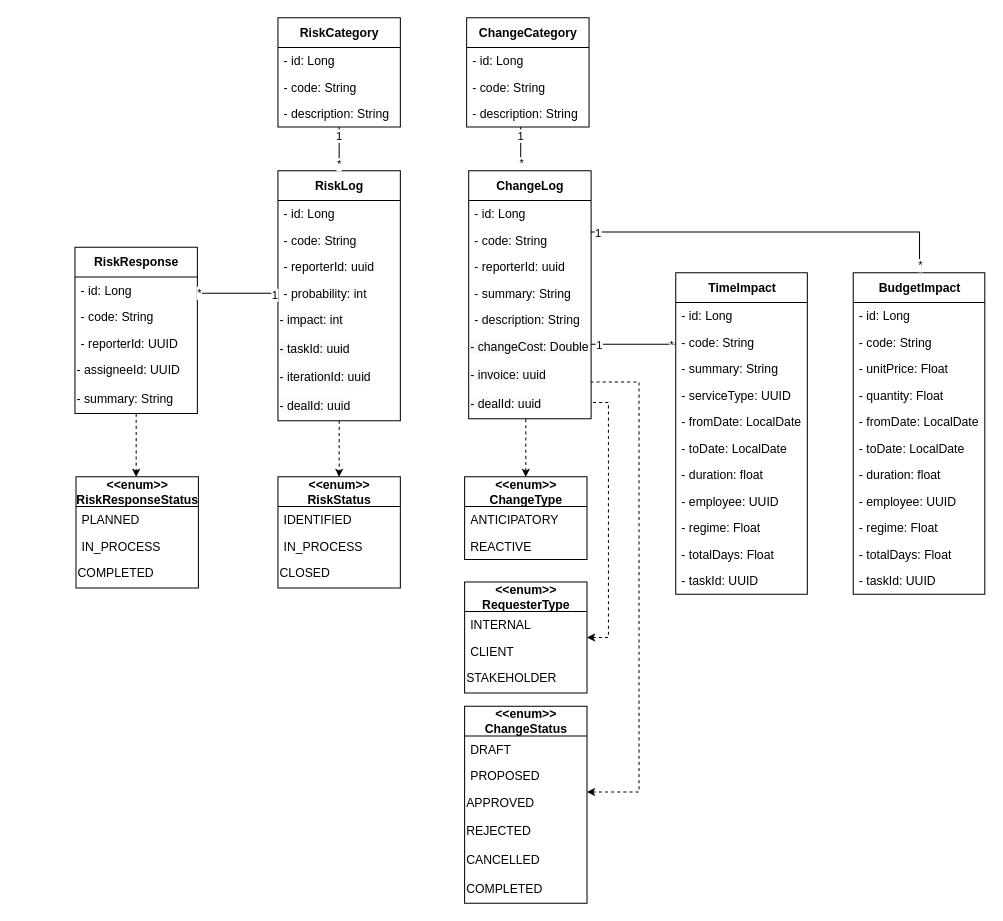
The draw.io diagram Change_Risk/_DiagrammeClasseChange_Risk.drawio in ZidiMedAmine/UML, before the edit. Source tidied: cells renumbered, new cells numbered last; positions are measured from the earlier drawing's top-left corner, leaving out a move shared by most shapes. Both pictures are drawn from the tidied source at 102%, with x=0, y=0 at pixel (74, 17).
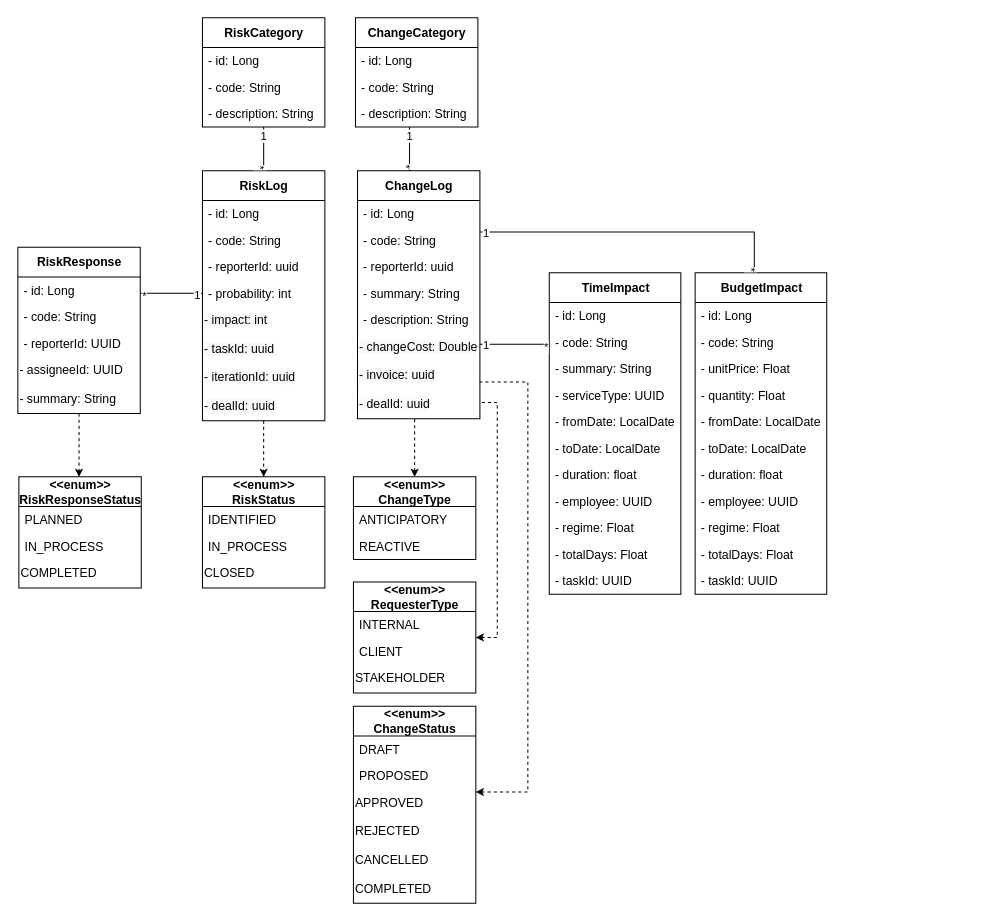
After the change.

Commit message:
Mettre à jour _DiagrammeClasseChange_Risk.drawio

The change refers to these unchanged cells:
```xml
<mxCell id="6" value="- probability: int" style="text;strokeColor=none;fillColor=none;align=left;verticalAlign=top;spacingLeft=4;spacingRight=4;overflow=hidden;points=[[0,0.5],[1,0.5]];portConstraint=eastwest;fontStyle=0;" parent="2" vertex="1">
  <mxGeometry y="107" width="120" height="26" as="geometry" />
</mxCell>
```

Diff of the diagram source:
```diff
@@
     <mxCell id="2" value="&lt;b&gt;RiskLog&lt;/b&gt;" style="swimlane;fontStyle=0;align=center;verticalAlign=middle;horizontal=1;startSize=29;html=1;fontSize=12;labelPosition=center;verticalLabelPosition=middle;strokeColor=default;swimlaneLine=1;rounded=0;shadow=0;glass=0;sketch=0;perimeterSpacing=0;" parent="1" vertex="1">
-      <mxGeometry x="199" y="150" width="120" height="245" as="geometry" />
+      <mxGeometry x="125" y="150" width="120" height="245" as="geometry" />
     </mxCell>
@@
     <mxCell id="11" value="&lt;b&gt;&amp;lt;&amp;lt;enum&amp;gt;&amp;gt;&lt;br&gt;RiskStatus&lt;/b&gt;" style="swimlane;fontStyle=0;align=center;verticalAlign=middle;horizontal=1;startSize=29;html=1;fontSize=12;labelPosition=center;verticalLabelPosition=middle;swimlaneLine=1;rounded=0;sketch=0;glass=0;" parent="1" vertex="1">
-      <mxGeometry x="199" y="450" width="120" height="109" as="geometry" />
+      <mxGeometry x="125" y="450" width="120" height="109" as="geometry" />
     </mxCell>
@@
     <mxCell id="16" value="&lt;b&gt;RiskCategory&lt;/b&gt;" style="swimlane;fontStyle=0;align=center;verticalAlign=middle;horizontal=1;startSize=29;html=1;fontSize=12;labelPosition=center;verticalLabelPosition=middle;strokeColor=default;swimlaneLine=1;rounded=0;shadow=0;glass=0;sketch=0;perimeterSpacing=0;" parent="1" vertex="1">
-      <mxGeometry x="199" width="120" height="107" as="geometry" />
+      <mxGeometry x="125" width="120" height="107" as="geometry" />
     </mxCell>
@@
     <mxCell id="20" style="edgeStyle=orthogonalEdgeStyle;rounded=0;jettySize=auto;html=1;startSize=5;endSize=5;endArrow=none;endFill=0;" parent="1" edge="1" source="2" target="16">
       <mxGeometry relative="1" as="geometry">
         <Array as="points">
-          <mxPoint x="259" y="126" />
-          <mxPoint x="259" y="126" />
+          <mxPoint x="185" y="126" />
+          <mxPoint x="185" y="126" />
         </Array>
       </mxGeometry>
     </mxCell>
-    <mxCell id="21" value="*" style="edgeLabel;html=1;align=center;verticalAlign=middle;" parent="20" vertex="1">
+    <mxCell id="21" value="*" style="edgeLabel;html=1;align=center;verticalAlign=middle;rotation=90;" parent="20" vertex="1">
       <mxGeometry x="-0.85" relative="1" as="geometry">
-        <mxPoint x="-1" y="-4" as="offset" />
+        <mxPoint x="-2" y="-1" as="offset" />
       </mxGeometry>
     </mxCell>
@@
     <mxCell id="23" value="&lt;b&gt;&amp;lt;&amp;lt;enum&amp;gt;&amp;gt;&lt;/b&gt;&lt;br&gt;&lt;b&gt;RiskResponseStatus&lt;/b&gt;" style="swimlane;fontStyle=0;align=center;verticalAlign=middle;horizontal=1;startSize=29;html=1;fontSize=12;labelPosition=center;verticalLabelPosition=middle;swimlaneLine=1;rounded=0;sketch=0;glass=0;" parent="1" vertex="1">
-      <mxGeometry x="1" y="450" width="120" height="109" as="geometry" />
+      <mxGeometry x="-55" y="450" width="120" height="109" as="geometry" />
     </mxCell>
@@
     <mxCell id="27" value="&lt;b&gt;RiskResponse&lt;/b&gt;" style="swimlane;fontStyle=0;align=center;verticalAlign=middle;horizontal=1;startSize=29;html=1;fontSize=12;labelPosition=center;verticalLabelPosition=middle;strokeColor=default;swimlaneLine=1;rounded=0;shadow=0;glass=0;sketch=0;perimeterSpacing=0;" parent="1" vertex="1">
-      <mxGeometry y="225" width="120" height="163" as="geometry" />
+      <mxGeometry x="-56" y="225" width="120" height="163" as="geometry" />
     </mxCell>
@@
     <mxCell id="33" style="edgeStyle=orthogonalEdgeStyle;rounded=0;jettySize=auto;html=1;endArrow=none;endFill=0;startSize=5;endSize=5;" parent="1" edge="1" source="6" target="27">
       <mxGeometry relative="1" as="geometry">
         <Array as="points">
-          <mxPoint x="32" y="271" />
+          <mxPoint x="-24" y="271" />
         </Array>
       </mxGeometry>
     </mxCell>
     <mxCell id="34" value="*" style="edgeLabel;html=1;align=center;verticalAlign=middle;" parent="33" vertex="1">
       <mxGeometry x="0.93" y="1" relative="1" as="geometry">
-        <mxPoint x="-2" y="-2" as="offset" />
+        <mxPoint x="1" y="1" as="offset" />
       </mxGeometry>
     </mxCell>
     <mxCell id="35" value="1" style="edgeLabel;html=1;align=center;verticalAlign=middle;" parent="33" vertex="1">
-      <mxGeometry x="-0.89" y="1" relative="1" as="geometry" />
+      <mxGeometry x="-0.89" y="1" relative="1" as="geometry">
+        <mxPoint x="-3" as="offset" />
+      </mxGeometry>
     </mxCell>
     <mxCell id="36" style="edgeStyle=orthogonalEdgeStyle;rounded=0;jettySize=auto;html=1;endArrow=classic;endFill=1;startSize=5;endSize=5;dashed=1;" parent="1" edge="1" source="27" target="23">
       <mxGeometry relative="1" as="geometry">
         <Array as="points">
-          <mxPoint x="65" y="465" />
-          <mxPoint x="65" y="465" />
+          <mxPoint x="9" y="465" />
+          <mxPoint x="9" y="465" />
         </Array>
       </mxGeometry>
     </mxCell>
     <mxCell id="37" style="edgeStyle=orthogonalEdgeStyle;rounded=0;jettySize=auto;html=1;endArrow=none;endFill=0;startSize=5;endSize=5;" parent="1" edge="1" source="40" target="49">
       <mxGeometry relative="1" as="geometry">
         <Array as="points">
-          <mxPoint x="437" y="133" />
-          <mxPoint x="437" y="133" />
+          <mxPoint x="328" y="133" />
+          <mxPoint x="328" y="133" />
         </Array>
       </mxGeometry>
     </mxCell>
-    <mxCell id="38" value="*" style="edgeLabel;html=1;align=center;verticalAlign=middle;" parent="37" vertex="1">
-      <mxGeometry x="-0.65" relative="1" as="geometry" />
+    <mxCell id="38" value="*" style="edgeLabel;html=1;align=center;verticalAlign=middle;rotation=90;" parent="37" vertex="1">
+      <mxGeometry x="-0.65" relative="1" as="geometry">
+        <mxPoint x="-2" y="3" as="offset" />
+      </mxGeometry>
     </mxCell>
@@
     <mxCell id="40" value="&lt;b&gt;ChangeLog&lt;/b&gt;" style="swimlane;fontStyle=0;align=center;verticalAlign=middle;horizontal=1;startSize=29;html=1;fontSize=12;labelPosition=center;verticalLabelPosition=middle;strokeColor=default;swimlaneLine=1;rounded=0;shadow=0;glass=0;sketch=0;perimeterSpacing=0;" parent="1" vertex="1">
-      <mxGeometry x="386" y="150" width="120" height="243" as="geometry" />
+      <mxGeometry x="277" y="150" width="120" height="243" as="geometry" />
     </mxCell>
@@
     <mxCell id="49" value="&lt;b&gt;ChangeCategory&lt;/b&gt;" style="swimlane;fontStyle=0;align=center;verticalAlign=middle;horizontal=1;startSize=29;html=1;fontSize=12;labelPosition=center;verticalLabelPosition=middle;strokeColor=default;swimlaneLine=1;rounded=0;shadow=0;glass=0;sketch=0;perimeterSpacing=0;" parent="1" vertex="1">
-      <mxGeometry x="384" width="120" height="107" as="geometry" />
+      <mxGeometry x="275" width="120" height="107" as="geometry" />
     </mxCell>
@@
     <mxCell id="53" style="edgeStyle=orthogonalEdgeStyle;rounded=0;jettySize=auto;html=1;endArrow=none;endFill=0;startSize=5;endSize=5;dashed=1;startArrow=classic;startFill=1;" parent="1" edge="1" source="54" target="40">
       <mxGeometry relative="1" as="geometry">
         <Array as="points">
-          <mxPoint x="523" y="608" />
-          <mxPoint x="523" y="377" />
+          <mxPoint x="414" y="608" />
+          <mxPoint x="414" y="377" />
         </Array>
       </mxGeometry>
     </mxCell>
     <mxCell id="54" value="&lt;b&gt;&amp;lt;&amp;lt;enum&amp;gt;&amp;gt;&lt;/b&gt;&lt;br&gt;&lt;b&gt;RequesterType&lt;/b&gt;" style="swimlane;fontStyle=0;align=center;verticalAlign=middle;horizontal=1;startSize=29;html=1;fontSize=12;labelPosition=center;verticalLabelPosition=middle;swimlaneLine=1;rounded=0;sketch=0;glass=0;" parent="1" vertex="1">
-      <mxGeometry x="382" y="553" width="120" height="109" as="geometry" />
+      <mxGeometry x="273" y="553" width="120" height="109" as="geometry" />
     </mxCell>
@@
     <mxCell id="58" style="edgeStyle=orthogonalEdgeStyle;rounded=0;jettySize=auto;html=1;dashed=1;startArrow=classic;startFill=1;endArrow=none;endFill=0;startSize=5;endSize=5;" parent="1" edge="1" source="59" target="40">
       <mxGeometry relative="1" as="geometry">
         <Array as="points">
-          <mxPoint x="553" y="759" />
-          <mxPoint x="553" y="357" />
+          <mxPoint x="444" y="759" />
+          <mxPoint x="444" y="357" />
         </Array>
       </mxGeometry>
     </mxCell>
     <mxCell id="59" value="&lt;b&gt;&amp;lt;&amp;lt;enum&amp;gt;&amp;gt;&lt;br&gt;&lt;/b&gt;&lt;b&gt;ChangeStatus&lt;/b&gt;&lt;b&gt;&lt;br&gt;&lt;/b&gt;" style="swimlane;fontStyle=0;align=center;verticalAlign=middle;horizontal=1;startSize=29;html=1;fontSize=12;labelPosition=center;verticalLabelPosition=middle;swimlaneLine=1;rounded=0;sketch=0;glass=0;" parent="1" vertex="1">
-      <mxGeometry x="382" y="675" width="120" height="193" as="geometry" />
+      <mxGeometry x="273" y="675" width="120" height="193" as="geometry" />
     </mxCell>
@@
     <mxCell id="66" style="edgeStyle=orthogonalEdgeStyle;rounded=0;jettySize=auto;html=1;dashed=1;startArrow=classic;startFill=1;endArrow=none;endFill=0;startSize=5;endSize=5;" parent="1" edge="1" source="67" target="40">
       <mxGeometry relative="1" as="geometry">
         <Array as="points">
-          <mxPoint x="435" y="386" />
+          <mxPoint x="326" y="386" />
         </Array>
       </mxGeometry>
     </mxCell>
     <mxCell id="67" value="&lt;b&gt;&amp;lt;&amp;lt;enum&amp;gt;&amp;gt;&lt;/b&gt;&lt;br&gt;&lt;b&gt;ChangeType&lt;/b&gt;" style="swimlane;fontStyle=0;align=center;verticalAlign=middle;horizontal=1;startSize=29;html=1;fontSize=12;labelPosition=center;verticalLabelPosition=middle;swimlaneLine=1;rounded=0;sketch=0;glass=0;" parent="1" vertex="1">
-      <mxGeometry x="382" y="450" width="120" height="81" as="geometry" />
+      <mxGeometry x="273" y="450" width="120" height="81" as="geometry" />
     </mxCell>
@@
     <mxCell id="70" value="&lt;b&gt;TimeImpact&lt;/b&gt;" style="swimlane;fontStyle=0;align=center;verticalAlign=middle;horizontal=1;startSize=29;html=1;fontSize=12;labelPosition=center;verticalLabelPosition=middle;strokeColor=default;swimlaneLine=1;rounded=0;shadow=0;glass=0;sketch=0;perimeterSpacing=0;" parent="1" vertex="1">
-      <mxGeometry x="589" y="250" width="129" height="315" as="geometry" />
+      <mxGeometry x="465" y="250" width="129" height="315" as="geometry" />
     </mxCell>
@@
     <mxCell id="82" style="edgeStyle=orthogonalEdgeStyle;rounded=0;jettySize=auto;html=1;endArrow=none;endFill=0;" parent="1" edge="1" source="40" target="70">
       <mxGeometry relative="1" as="geometry">
         <Array as="points">
-          <mxPoint x="550" y="320" />
-          <mxPoint x="550" y="320" />
+          <mxPoint x="441" y="320" />
+          <mxPoint x="441" y="320" />
         </Array>
       </mxGeometry>
     </mxCell>
     <mxCell id="83" value="*" style="edgeLabel;html=1;align=center;verticalAlign=middle;" parent="82" vertex="1">
-      <mxGeometry x="0.87" relative="1" as="geometry" />
+      <mxGeometry x="0.87" relative="1" as="geometry">
+        <mxPoint y="2" as="offset" />
+      </mxGeometry>
     </mxCell>
@@
     <mxCell id="85" value="&lt;b&gt;BudgetImpact&lt;/b&gt;" style="swimlane;fontStyle=0;align=center;verticalAlign=middle;horizontal=1;startSize=29;html=1;fontSize=12;labelPosition=center;verticalLabelPosition=middle;strokeColor=default;swimlaneLine=1;rounded=0;shadow=0;glass=0;sketch=0;perimeterSpacing=0;" parent="1" vertex="1">
-      <mxGeometry x="763" y="250" width="129" height="315" as="geometry" />
+      <mxGeometry x="608" y="250" width="129" height="315" as="geometry" />
     </mxCell>
@@
     <mxCell id="97" style="edgeStyle=orthogonalEdgeStyle;rounded=0;jettySize=auto;html=1;endArrow=none;endFill=0;" parent="1" edge="1" source="40" target="85">
       <mxGeometry relative="1" as="geometry">
         <Array as="points">
-          <mxPoint x="828" y="210" />
+          <mxPoint x="666" y="210" />
         </Array>
       </mxGeometry>
     </mxCell>
-    <mxCell id="98" value="*" style="edgeLabel;html=1;align=center;verticalAlign=middle;" parent="97" vertex="1">
+    <mxCell id="98" value="*" style="edgeLabel;html=1;align=center;verticalAlign=middle;rotation=90;" parent="97" vertex="1">
       <mxGeometry x="0.89" relative="1" as="geometry">
-        <mxPoint y="12" as="offset" />
+        <mxPoint x="-2" y="13" as="offset" />
       </mxGeometry>
     </mxCell>
     <mxCell id="99" value="1" style="edgeLabel;html=1;align=center;verticalAlign=middle;" parent="97" vertex="1">
       <mxGeometry x="-0.93" relative="1" as="geometry">
-        <mxPoint x="-7" as="offset" />
+        <mxPoint x="-6" as="offset" />
       </mxGeometry>
     </mxCell>
```
